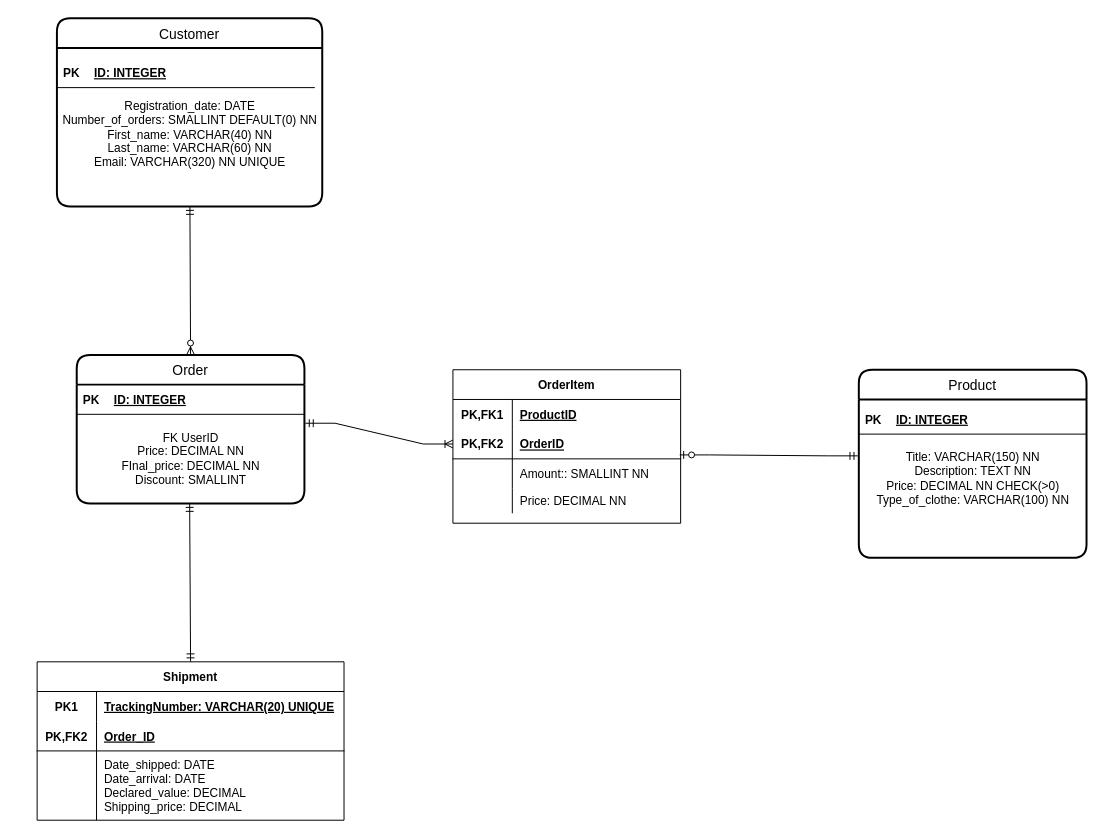
This is Physical Data Model eCommerce Store.drawio from Santiagolp23/databaseFundamentals, a draw.io file, before an edit. Source tidied: cells renumbered, new cells numbered last; positions are measured from the earlier drawing's top-left corner, leaving out a move shared by most shapes. Both pictures are drawn from the tidied source at 99%, with x=0, y=0 at pixel (37, 18).
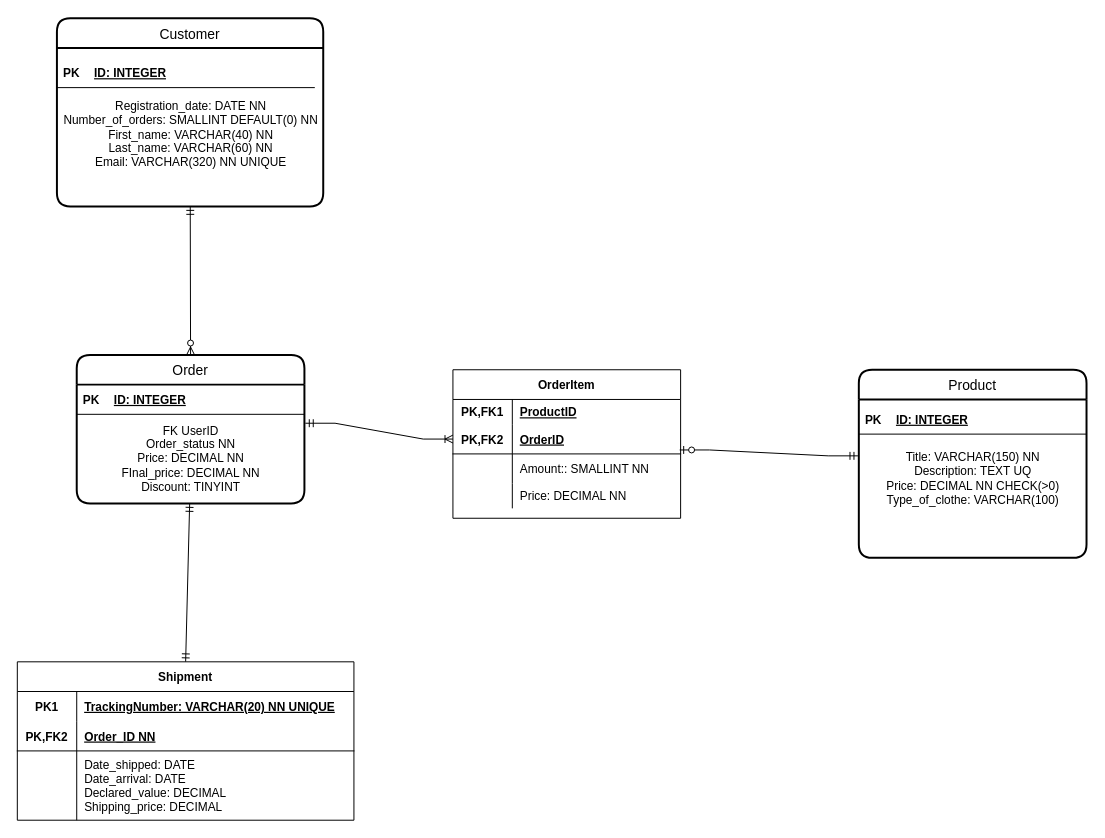
The same page after the edit.

Commit message:
Fixed Physical Data Model flaws

The change refers to these unchanged cells:
```xml
<mxCell id="8" value="Order" style="swimlane;horizontal=1;startSize=30;rounded=1;fontSize=14;fontStyle=0;strokeWidth=2;shadow=0;dashed=0;align=center;" parent="1" vertex="1">
  <mxGeometry x="40" y="340" width="230" height="150" as="geometry" />
</mxCell>
<mxCell id="14" value="Product" style="swimlane;horizontal=1;startSize=30;rounded=1;fontSize=14;fontStyle=0;strokeWidth=2;shadow=0;dashed=0;align=center;" parent="1" vertex="1">
  <mxGeometry x="830" y="355" width="230" height="190" as="geometry" />
</mxCell>
```

Change to the diagram source:
```diff
@@
     <mxCell id="2" value="Customer" style="swimlane;horizontal=1;startSize=30;rounded=1;fontSize=14;fontStyle=0;strokeWidth=2;shadow=0;dashed=0;align=center;" parent="1" vertex="1">
-      <mxGeometry x="20" width="268" height="190" as="geometry" />
+      <mxGeometry x="20" width="269" height="190" as="geometry" />
     </mxCell>
-    <mxCell id="3" value="&lt;br&gt;Registration_date: DATE&lt;br&gt;Number_of_orders: SMALLINT DEFAULT(0) NN&lt;br&gt;First_name: VARCHAR(40) NN&lt;br&gt;Last_name: VARCHAR(60) NN&lt;br&gt;Email: VARCHAR(320) NN UNIQUE" style="text;html=1;align=center;verticalAlign=middle;points=[];strokeColor=none;fillColor=none;" parent="2" vertex="1">
-      <mxGeometry y="30" width="268" height="160" as="geometry" />
+    <mxCell id="3" value="&lt;br&gt;Registration_date: DATE NN&lt;br&gt;Number_of_orders: SMALLINT DEFAULT(0) NN&lt;br&gt;First_name: VARCHAR(40) NN&lt;br&gt;Last_name: VARCHAR(60) NN&lt;br&gt;Email: VARCHAR(320) NN UNIQUE" style="text;html=1;align=center;verticalAlign=middle;points=[];strokeColor=none;fillColor=none;" parent="2" vertex="1">
+      <mxGeometry y="30" width="269" height="160" as="geometry" />
     </mxCell>
@@
-    <mxCell id="13" value="FK UserID&lt;br&gt;Price: DECIMAL NN&lt;br&gt;FInal_price: DECIMAL NN&lt;br&gt;Discount: SMALLINT" style="text;html=1;align=center;verticalAlign=middle;points=[];strokeColor=none;fillColor=none;" parent="8" vertex="1">
+    <mxCell id="13" value="FK UserID&lt;br&gt;Order_status NN&lt;br&gt;Price: DECIMAL NN&lt;br&gt;FInal_price: DECIMAL NN&lt;br&gt;Discount: TINYINT" style="text;html=1;align=center;verticalAlign=middle;points=[];strokeColor=none;fillColor=none;" parent="8" vertex="1">
       <mxGeometry y="60" width="230" height="90" as="geometry" />
     </mxCell>
@@
-    <mxCell id="15" value="Title: VARCHAR(150) NN&lt;br&gt;Description: TEXT NN&lt;br&gt;Price: DECIMAL NN CHECK(&amp;gt;0)&lt;br&gt;Type_of_clothe: VARCHAR(100) NN" style="text;html=1;align=center;verticalAlign=middle;points=[];strokeColor=none;fillColor=none;" parent="14" vertex="1">
+    <mxCell id="15" value="Title: VARCHAR(150) NN&lt;br&gt;Description: TEXT UQ&lt;br&gt;Price: DECIMAL NN CHECK(&amp;gt;0)&lt;br&gt;Type_of_clothe: VARCHAR(100)" style="text;html=1;align=center;verticalAlign=middle;points=[];strokeColor=none;fillColor=none;" parent="14" vertex="1">
       <mxGeometry y="30" width="230" height="160" as="geometry" />
     </mxCell>
@@
     <mxCell id="22" value="Shipment" style="shape=table;startSize=30;childLayout=tableLayout;rowLines=0;fontStyle=1;align=center;" parent="1" vertex="1">
-      <mxGeometry y="650" width="310" height="160" as="geometry" />
+      <mxGeometry x="-20" y="650" width="340" height="160" as="geometry" />
     </mxCell>
     <mxCell id="23" style="shape=tableRow;horizontal=0;startSize=0;swimlaneHead=0;swimlaneBody=0;fillColor=none;top=0;left=0;right=0;bottom=0;" parent="22" vertex="1">
-      <mxGeometry y="30" width="310" height="30" as="geometry" />
+      <mxGeometry y="30" width="340" height="30" as="geometry" />
     </mxCell>
@@
-    <mxCell id="25" value="TrackingNumber: VARCHAR(20) UNIQUE" style="shape=partialRectangle;fillColor=none;top=0;left=0;bottom=0;right=0;align=left;spacingLeft=6;fontStyle=5;overflow=hidden;" parent="23" vertex="1">
-      <mxGeometry x="60" width="250" height="30" as="geometry" />
+    <mxCell id="25" value="TrackingNumber: VARCHAR(20) NN UNIQUE" style="shape=partialRectangle;fillColor=none;top=0;left=0;bottom=0;right=0;align=left;spacingLeft=6;fontStyle=5;overflow=hidden;" parent="23" vertex="1">
+      <mxGeometry x="60" width="280" height="30" as="geometry" />
     </mxCell>
     <mxCell id="26" style="shape=tableRow;horizontal=0;startSize=0;swimlaneHead=0;swimlaneBody=0;fillColor=none;top=0;left=0;right=0;bottom=1;" parent="22" vertex="1">
-      <mxGeometry y="60" width="310" height="30" as="geometry" />
+      <mxGeometry y="60" width="340" height="30" as="geometry" />
     </mxCell>
@@
-    <mxCell id="28" value="Order_ID" style="shape=partialRectangle;fillColor=none;top=0;left=0;bottom=0;right=0;align=left;spacingLeft=6;fontStyle=5;overflow=hidden;" parent="26" vertex="1">
-      <mxGeometry x="60" width="250" height="30" as="geometry" />
+    <mxCell id="28" value="Order_ID NN" style="shape=partialRectangle;fillColor=none;top=0;left=0;bottom=0;right=0;align=left;spacingLeft=6;fontStyle=5;overflow=hidden;" parent="26" vertex="1">
+      <mxGeometry x="60" width="280" height="30" as="geometry" />
     </mxCell>
     <mxCell id="29" style="shape=tableRow;horizontal=0;startSize=0;swimlaneHead=0;swimlaneBody=0;fillColor=none;top=0;left=0;right=0;bottom=0;" parent="22" vertex="1">
-      <mxGeometry y="90" width="310" height="70" as="geometry" />
+      <mxGeometry y="90" width="340" height="70" as="geometry" />
     </mxCell>
@@
     <mxCell id="31" value="Date_shipped: DATE&#10;Date_arrival: DATE&#10;Declared_value: DECIMAL&#10;Shipping_price: DECIMAL" style="shape=partialRectangle;fillColor=none;top=0;left=0;bottom=0;right=0;align=left;spacingLeft=6;overflow=hidden;" parent="29" vertex="1">
-      <mxGeometry x="60" width="250" height="70" as="geometry" />
+      <mxGeometry x="60" width="280" height="70" as="geometry" />
     </mxCell>
     <mxCell id="32" value="OrderItem" style="shape=table;startSize=30;childLayout=tableLayout;rowLines=0;fontStyle=1;align=center;" parent="1" vertex="1">
-      <mxGeometry x="420" y="355" width="230" height="155" as="geometry" />
+      <mxGeometry x="420" y="355" width="230" height="150" as="geometry" />
     </mxCell>
     <mxCell id="33" style="shape=tableRow;horizontal=0;startSize=0;swimlaneHead=0;swimlaneBody=0;fillColor=none;top=0;left=0;right=0;bottom=0;" parent="32" vertex="1">
-      <mxGeometry y="30" width="230" height="30" as="geometry" />
+      <mxGeometry y="30" width="230" height="25" as="geometry" />
     </mxCell>
     <mxCell id="34" value="PK,FK1" style="shape=partialRectangle;fillColor=none;top=0;left=0;bottom=0;right=0;fontStyle=1;overflow=hidden;" parent="33" vertex="1">
-      <mxGeometry width="60" height="30" as="geometry" />
+      <mxGeometry width="60" height="25" as="geometry" />
     </mxCell>
     <mxCell id="35" value="ProductID" style="shape=partialRectangle;fillColor=none;top=0;left=0;bottom=0;right=0;align=left;spacingLeft=6;fontStyle=5;overflow=hidden;" parent="33" vertex="1">
-      <mxGeometry x="60" width="170" height="30" as="geometry" />
+      <mxGeometry x="60" width="170" height="25" as="geometry" />
     </mxCell>
     <mxCell id="36" style="shape=tableRow;horizontal=0;startSize=0;swimlaneHead=0;swimlaneBody=0;fillColor=none;points=[[0,0.5],[1,0.5]];portConstraint=eastwest;top=0;left=0;right=0;bottom=1;" parent="32" vertex="1">
-      <mxGeometry y="60" width="230" height="30" as="geometry" />
+      <mxGeometry y="55" width="230" height="30" as="geometry" />
     </mxCell>
@@
     <mxCell id="39" style="shape=tableRow;horizontal=0;startSize=0;swimlaneHead=0;swimlaneBody=0;fillColor=none;top=0;left=0;right=0;bottom=0;" parent="32" vertex="1">
-      <mxGeometry y="90" width="230" height="30" as="geometry" />
+      <mxGeometry y="85" width="230" height="30" as="geometry" />
     </mxCell>
@@
     <mxCell id="42" style="shape=tableRow;horizontal=0;startSize=0;swimlaneHead=0;swimlaneBody=0;fillColor=none;top=0;left=0;right=0;bottom=0;" parent="32" vertex="1">
-      <mxGeometry y="120" width="230" height="25" as="geometry" />
+      <mxGeometry y="115" width="230" height="25" as="geometry" />
     </mxCell>
```
